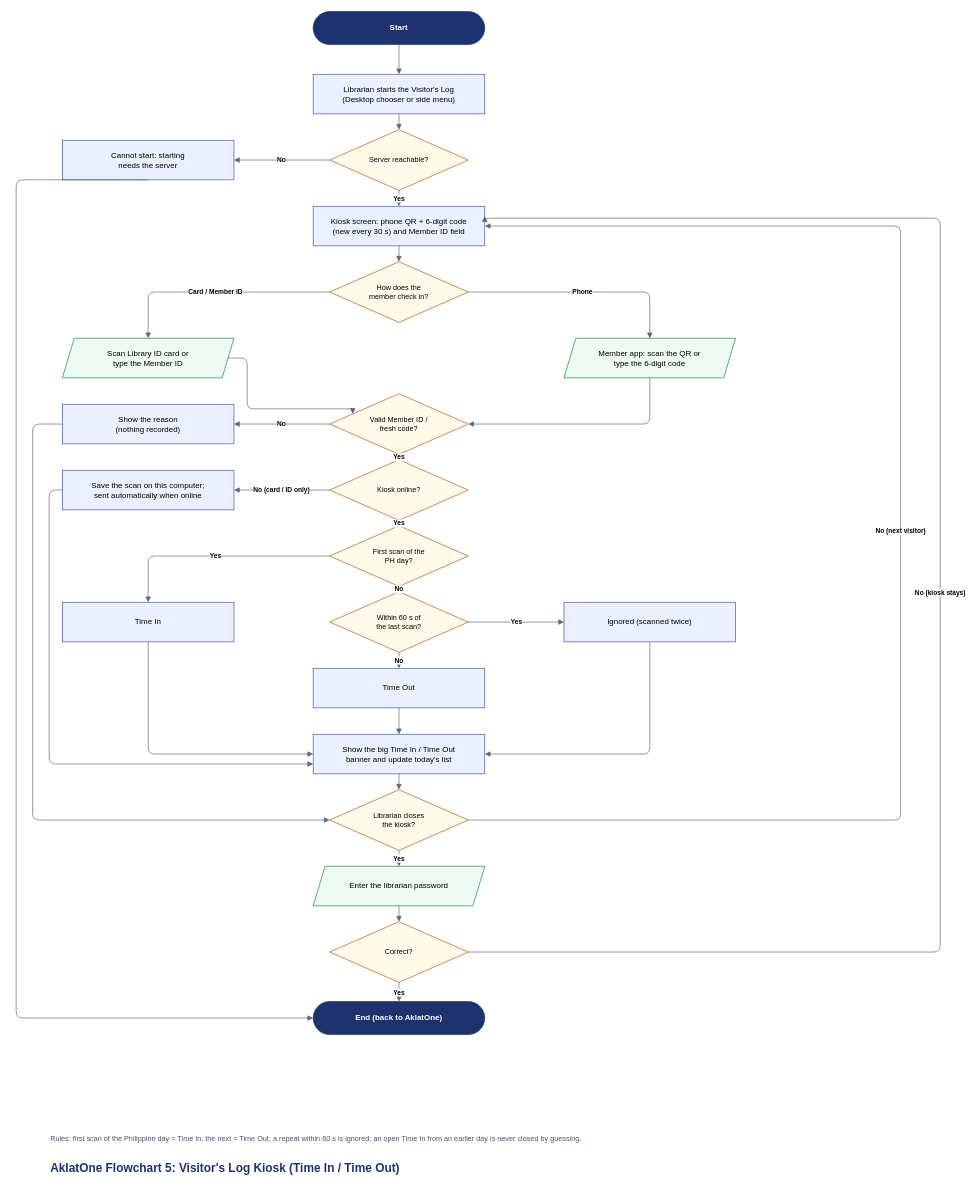
Earlier version of the draw.io diagram page "Flowchart 5 - Visitor's Log Kiosk" (5 of 5) of docs/diagrams/AklatOne-Flowchart.drawio (Flynchmore/TNHS-AklatOne). Source tidied: cells renumbered, new cells numbered last; positions are measured from the earlier drawing's top-left corner, leaving out a move shared by most shapes. Both pictures are drawn from the tidied source at 66%, with x=0, y=0 at pixel (16, 11).
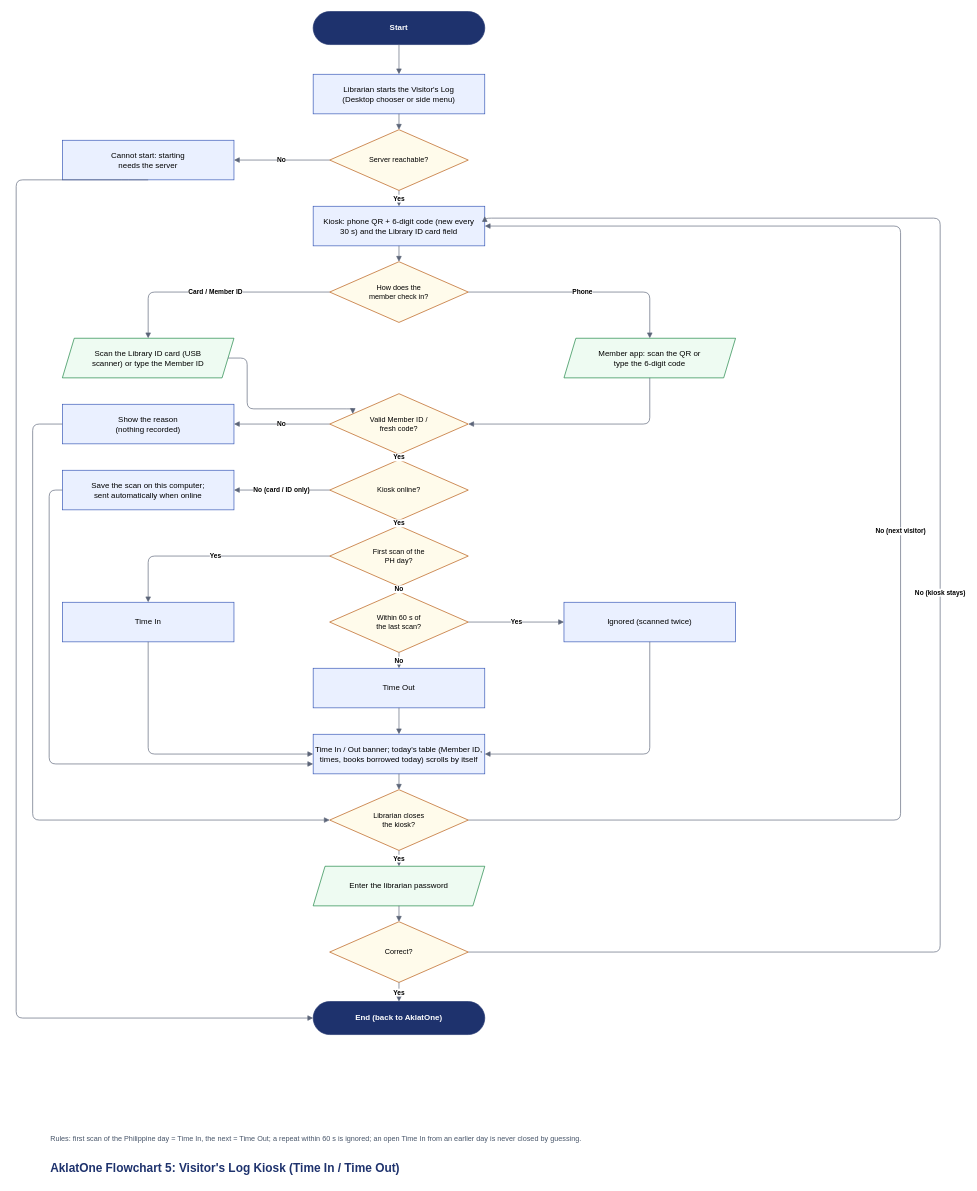
The same diagram, later.

The edit, as a diff of the source:
```diff
@@
-    <mxCell id="6" value="Kiosk screen: phone QR + 6-digit code&lt;br&gt;(new every 30 s) and Member ID field" style="rounded=0;whiteSpace=wrap;html=1;fillColor=#EAF0FF;strokeColor=#3354B5;fontSize=12;" parent="1" vertex="1">
+    <mxCell id="6" value="Kiosk: phone QR + 6-digit code (new every&lt;br&gt;30 s) and the Library ID card field" style="rounded=0;whiteSpace=wrap;html=1;fillColor=#EAF0FF;strokeColor=#3354B5;fontSize=12;" parent="1" vertex="1">
       <mxGeometry x="450" y="295" width="260" height="60" as="geometry" />
     </mxCell>
@@
-    <mxCell id="8" value="Scan Library ID card or&lt;br&gt;type the Member ID" style="shape=parallelogram;perimeter=parallelogramPerimeter;fixedSize=1;size=18;whiteSpace=wrap;html=1;fillColor=#EEFBF2;strokeColor=#15803D;fontSize=12;" parent="1" vertex="1">
+    <mxCell id="8" value="Scan the Library ID card (USB&lt;br&gt;scanner) or type the Member ID" style="shape=parallelogram;perimeter=parallelogramPerimeter;fixedSize=1;size=18;whiteSpace=wrap;html=1;fillColor=#EEFBF2;strokeColor=#15803D;fontSize=12;" parent="1" vertex="1">
       <mxGeometry x="70" y="495" width="260" height="60" as="geometry" />
     </mxCell>
@@
-    <mxCell id="19" value="Show the big Time In / Time Out&lt;br&gt;banner and update today&amp;#x27;s list" style="rounded=0;whiteSpace=wrap;html=1;fillColor=#EAF0FF;strokeColor=#3354B5;fontSize=12;" parent="1" vertex="1">
+    <mxCell id="19" value="Time In / Out banner; today&amp;#x27;s table (Member ID,&lt;br&gt;times, books borrowed today) scrolls by itself" style="rounded=0;whiteSpace=wrap;html=1;fillColor=#EAF0FF;strokeColor=#3354B5;fontSize=12;" parent="1" vertex="1">
       <mxGeometry x="450" y="1095" width="260" height="60" as="geometry" />
     </mxCell>
```
